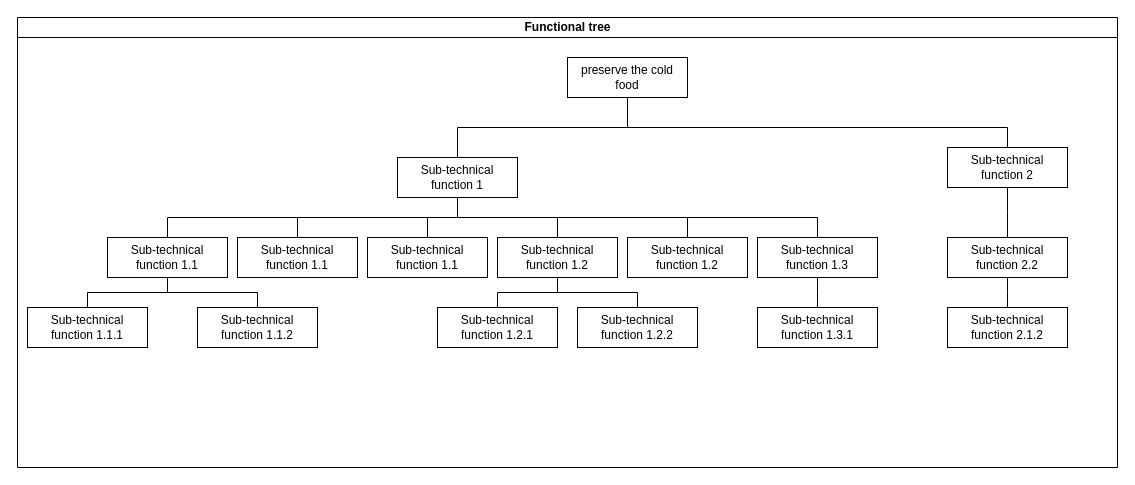
Above: Functional tree for template.drawio in amerezoji1362/drawio-github (draw.io), before the change. Source tidied: cells renumbered, new cells numbered last; positions are measured from the earlier drawing's top-left corner, leaving out a move shared by most shapes. Both pictures are drawn from the tidied source at 100%, with x=0, y=0 at pixel (17, 17).
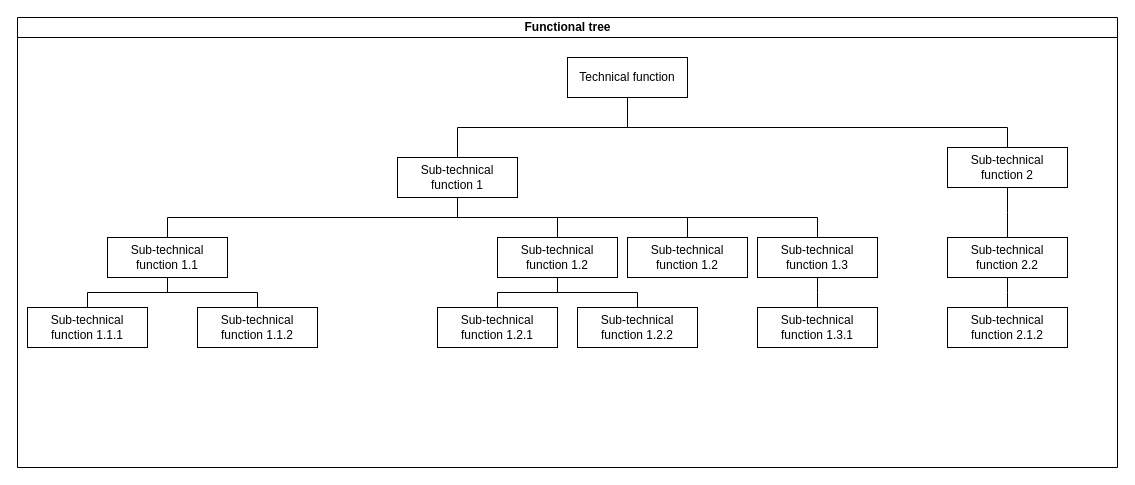
After the change.

Unchanged cells that the change refers to:
```xml
<mxCell id="2" value="Functional tree" style="swimlane;html=1;startSize=20;horizontal=1;containerType=tree;" parent="1" vertex="1">
  <mxGeometry width="1100" height="450" as="geometry" />
</mxCell>
<mxCell id="5" value="Sub-technical function 1" style="whiteSpace=wrap;html=1;newEdgeStyle={&quot;edgeStyle&quot;:&quot;elbowEdgeStyle&quot;,&quot;startArrow&quot;:&quot;none&quot;,&quot;endArrow&quot;:&quot;none&quot;};" parent="2" vertex="1">
  <mxGeometry x="380" y="140" width="120" height="40" as="geometry" />
</mxCell>
```

Change to the diagram source:
```diff
@@
-    <mxCell id="4" value="preserve the cold food" style="whiteSpace=wrap;html=1;newEdgeStyle={&quot;edgeStyle&quot;:&quot;elbowEdgeStyle&quot;,&quot;startArrow&quot;:&quot;none&quot;,&quot;endArrow&quot;:&quot;none&quot;};" parent="2" vertex="1">
+    <mxCell id="4" value="Technical function " style="whiteSpace=wrap;html=1;newEdgeStyle={&quot;edgeStyle&quot;:&quot;elbowEdgeStyle&quot;,&quot;startArrow&quot;:&quot;none&quot;,&quot;endArrow&quot;:&quot;none&quot;};" parent="2" vertex="1">
       <mxGeometry x="550" y="40" width="120" height="40" as="geometry" />
     </mxCell>
@@
-    <mxCell id="28" style="edgeStyle=elbowEdgeStyle;elbow=vertical;startArrow=none;endArrow=none;rounded=0;" parent="2" edge="1" source="5" target="29">
-      <mxGeometry relative="1" as="geometry" />
-    </mxCell>
-    <mxCell id="29" value="Sub-technical function 1.1" style="whiteSpace=wrap;html=1;newEdgeStyle={&quot;edgeStyle&quot;:&quot;elbowEdgeStyle&quot;,&quot;startArrow&quot;:&quot;none&quot;,&quot;endArrow&quot;:&quot;none&quot;};" parent="2" vertex="1">
-      <mxGeometry x="220" y="220" width="120" height="40" as="geometry" />
-    </mxCell>
-    <mxCell id="30" style="edgeStyle=elbowEdgeStyle;elbow=vertical;startArrow=none;endArrow=none;rounded=0;" parent="2" edge="1" source="5" target="31">
-      <mxGeometry relative="1" as="geometry" />
-    </mxCell>
-    <mxCell id="31" value="Sub-technical function 1.1" style="whiteSpace=wrap;html=1;newEdgeStyle={&quot;edgeStyle&quot;:&quot;elbowEdgeStyle&quot;,&quot;startArrow&quot;:&quot;none&quot;,&quot;endArrow&quot;:&quot;none&quot;};" parent="2" vertex="1">
-      <mxGeometry x="350" y="220" width="120" height="40" as="geometry" />
-    </mxCell>
```
